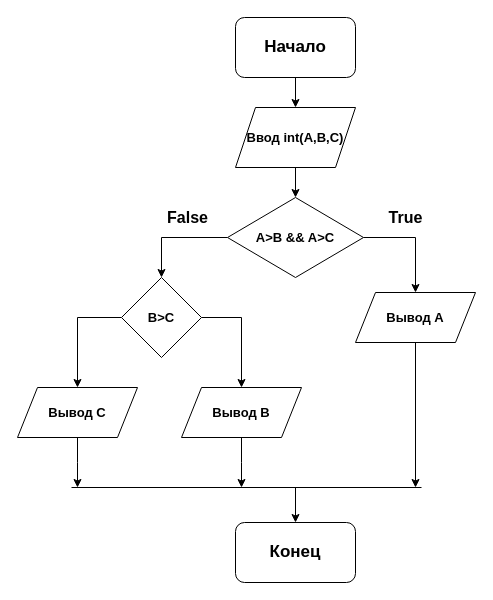
SpaleRud/OPDiagrams keeps this draw.io diagram as ULPK/Task2.drawio. Above is the earlier version. Source tidied: cells renumbered, new cells numbered last; positions are measured from the earlier drawing's top-left corner, leaving out a move shared by most shapes. Both pictures are drawn from the tidied source at 100%, with x=0, y=0 at pixel (17, 17).
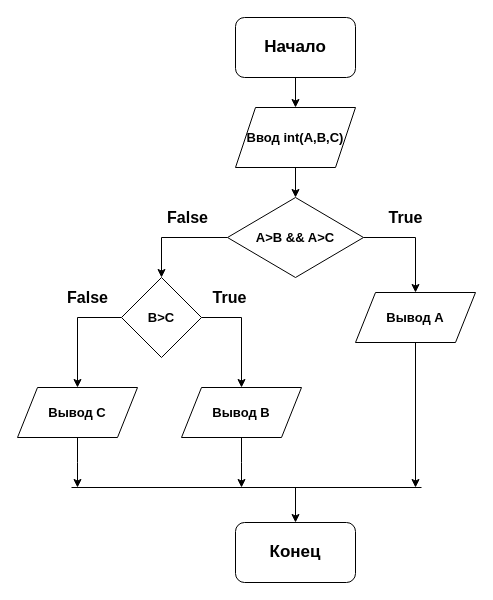
After the change.

Change to the diagram source:
```diff
@@
+    <mxCell id="23" value="&lt;font style=&quot;font-size: 16px;&quot;&gt;True&lt;/font&gt;" style="text;strokeColor=none;fillColor=none;html=1;fontSize=16;fontStyle=1;verticalAlign=middle;align=center;" parent="1" vertex="1">
+      <mxGeometry x="162" y="260" width="100" height="40" as="geometry" />
+    </mxCell>
+    <mxCell id="24" value="&lt;font style=&quot;font-size: 16px;&quot;&gt;False&lt;/font&gt;" style="text;strokeColor=none;fillColor=none;html=1;fontSize=16;fontStyle=1;verticalAlign=middle;align=center;" parent="1" vertex="1">
+      <mxGeometry x="20" y="260" width="100" height="40" as="geometry" />
+    </mxCell>
```
